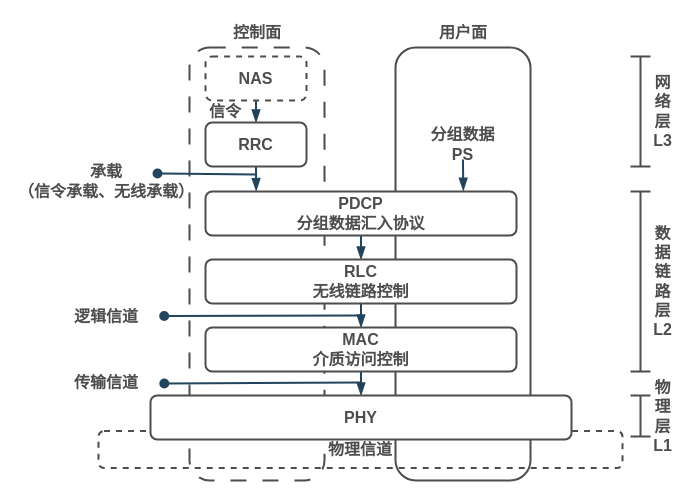
1Errors/PaperUse keeps this draw.io diagram as page "第 2 页" (2 of 8) of pic/paperPic.drawio. Above is the earlier version. Source tidied: cells renumbered, new cells numbered last; positions are measured from the earlier drawing's top-left corner, leaving out a move shared by most shapes. Both pictures are drawn from the tidied source at 100%, with x=0, y=0 at pixel (17, 17).
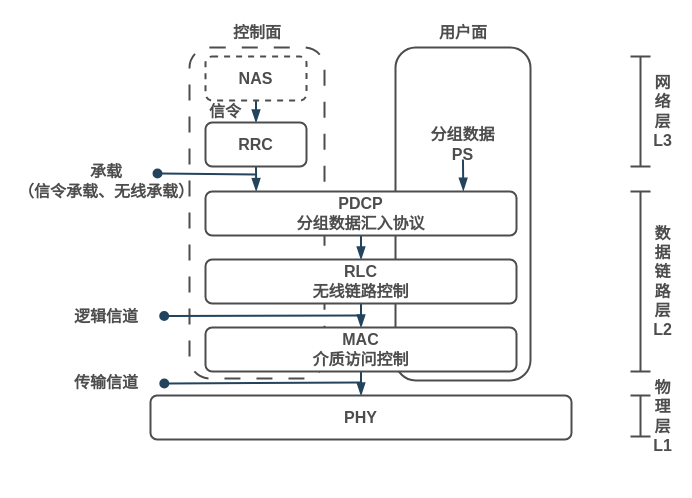
After the change.

What changed in the source:
```diff
@@
-    <mxCell id="2" value="&lt;b&gt;物理信道&lt;/b&gt;" style="rounded=1;whiteSpace=wrap;html=1;fontSize=16;labelBackgroundColor=none;fillColor=none;strokeColor=#4D4D4D;fontColor=#4D4D4D;strokeWidth=2;dashed=1;" parent="1" vertex="1">
-      <mxGeometry x="81" y="413.5" width="524" height="37" as="geometry" />
-    </mxCell>
@@
     <mxCell id="4" style="rounded=1;whiteSpace=wrap;html=1;fontSize=16;labelBackgroundColor=none;fillColor=none;strokeColor=#4D4D4D;fontColor=#4D4D4D;strokeWidth=2;" parent="1" vertex="1">
-      <mxGeometry x="378" y="30" width="135" height="433" as="geometry" />
+      <mxGeometry x="378" y="30" width="135" height="333" as="geometry" />
     </mxCell>
     <mxCell id="5" style="rounded=1;whiteSpace=wrap;html=1;fontSize=16;labelBackgroundColor=none;fillColor=none;strokeColor=#4D4D4D;fontColor=#4D4D4D;strokeWidth=2;dashed=1;dashPattern=8 8;" parent="1" vertex="1">
-      <mxGeometry x="172" y="30" width="135" height="433" as="geometry" />
+      <mxGeometry x="172" y="30" width="135" height="331" as="geometry" />
     </mxCell>
```
